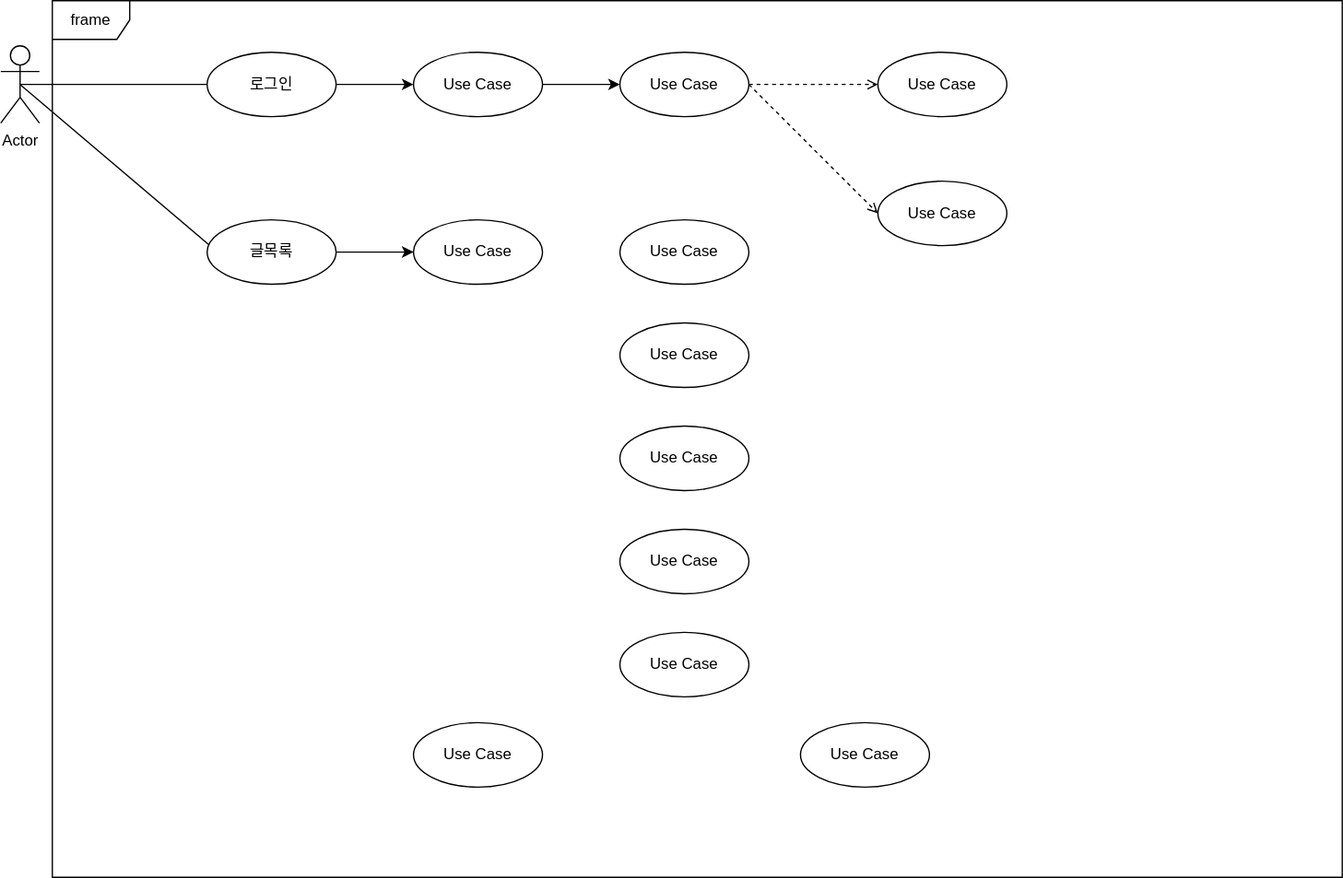
Hongscoding/JSP keeps this draw.io diagram as JBoard1/게시판 유스케이스.svg. Above is the earlier version. Source tidied: cells renumbered, new cells last; positions are measured from the earlier drawing's top-left corner, leaving out a move shared by most shapes.
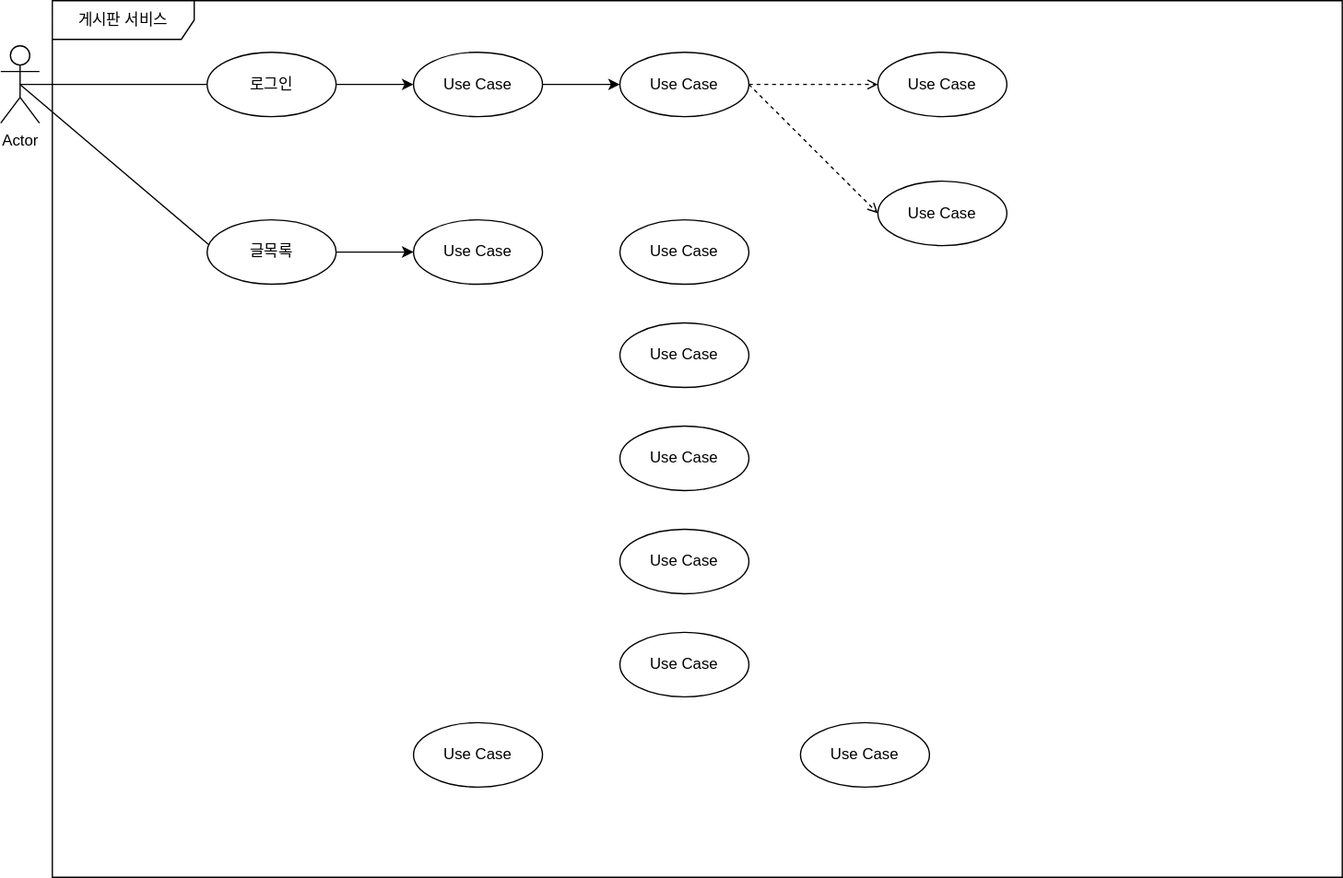
After the change.

Change to the diagram source:
```diff
@@ -1,8 +1,8 @@
-<mxGraphModel>
+<mxGraphModel background="#FFFFFF">
   <root>
     <mxCell id="0" />
     <mxCell id="1" parent="0" />
-    <mxCell id="2" value="frame" style="shape=umlFrame;whiteSpace=wrap;html=1;" parent="1" vertex="1">
+    <mxCell id="2" value="게시판 서비스" style="shape=umlFrame;whiteSpace=wrap;html=1;width=110;height=30;" parent="1" vertex="1">
       <mxGeometry x="40" width="1000" height="680" as="geometry" />
     </mxCell>
     <mxCell id="3" style="edgeStyle=orthogonalEdgeStyle;rounded=0;jettySize=auto;html=1;exitX=0.5;exitY=0.5;exitDx=0;exitDy=0;exitPerimeter=0;entryX=0;entryY=0.5;entryDx=0;entryDy=0;endArrow=none;endFill=0;" parent="1" edge="1" source="5" target="7">
```
